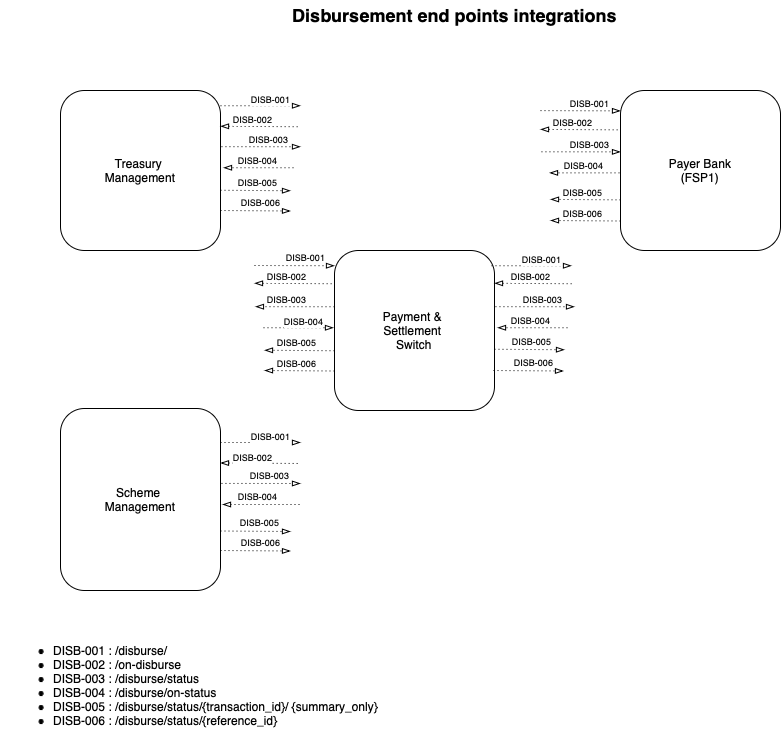
Before: docs/images/draw.io/interface-disb.drawio.png, a diagram exported from draw.io (G2P-Connect/specs). Source tidied: cells renumbered, new cells last; positions are measured from the earlier drawing's top-left corner, leaving out a move shared by most shapes.
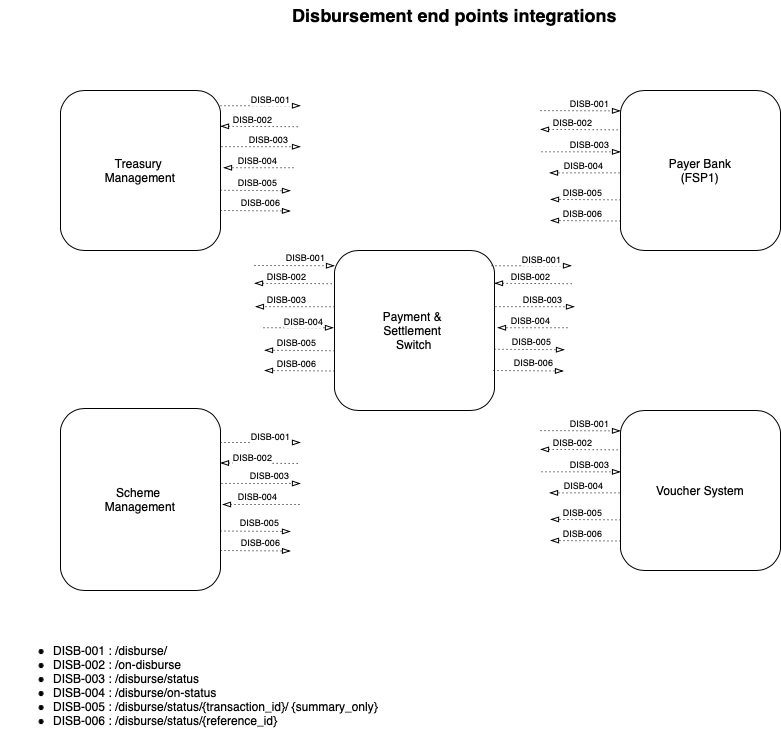
Above is the later version.

Commit message:
added voucher system

Change to the diagram source:
```diff
@@ -350,5 +350,74 @@
         <mxPoint x="11" y="-9" as="offset" />
       </mxGeometry>
     </mxCell>
+    <mxCell id="68" value="Voucher System" style="rounded=1;whiteSpace=wrap;html=1;" parent="1" vertex="1">
+      <mxGeometry x="620" y="410" width="160" height="160" as="geometry" />
+    </mxCell>
+    <mxCell id="69" style="endArrow=blockThin;dashed=1;html=1;dashPattern=1 3;strokeWidth=1;rounded=0;endFill=0;" parent="1" edge="1">
+      <mxGeometry relative="1" as="geometry">
+        <mxPoint x="540" y="430.1" as="sourcePoint" />
+        <mxPoint x="620" y="430.4" as="targetPoint" />
+      </mxGeometry>
+    </mxCell>
+    <mxCell id="70" value="&lt;font style=&quot;font-size: 9px;&quot;&gt;DISB-001&lt;/font&gt;" style="edgeLabel;html=1;align=center;verticalAlign=middle;" parent="69" vertex="1">
+      <mxGeometry x="0.4" y="1" relative="1" as="geometry">
+        <mxPoint x="-8" y="-7" as="offset" />
+      </mxGeometry>
+    </mxCell>
+    <mxCell id="71" style="endArrow=blockThin;dashed=1;html=1;dashPattern=1 3;strokeWidth=1;rounded=0;endFill=0;exitX=1.006;exitY=0.415;exitDx=0;exitDy=0;exitPerimeter=0;" parent="1" edge="1">
+      <mxGeometry relative="1" as="geometry">
+        <mxPoint x="541" y="471.3" as="sourcePoint" />
+        <mxPoint x="620" y="471.4" as="targetPoint" />
+      </mxGeometry>
+    </mxCell>
+    <mxCell id="72" value="&lt;font style=&quot;font-size: 9px;&quot;&gt;DISB-003&lt;/font&gt;" style="edgeLabel;html=1;align=center;verticalAlign=middle;" parent="71" vertex="1">
+      <mxGeometry x="0.4" y="1" relative="1" as="geometry">
+        <mxPoint x="-7" y="-7" as="offset" />
+      </mxGeometry>
+    </mxCell>
+    <mxCell id="73" style="endArrow=none;dashed=1;html=1;dashPattern=1 3;strokeWidth=1;rounded=0;endFill=0;exitX=1;exitY=0.25;exitDx=0;exitDy=0;startArrow=blockThin;startFill=0;" parent="1" edge="1">
+      <mxGeometry relative="1" as="geometry">
+        <mxPoint x="540" y="448.9" as="sourcePoint" />
+        <mxPoint x="620" y="449.4" as="targetPoint" />
+      </mxGeometry>
+    </mxCell>
+    <mxCell id="74" value="&lt;font style=&quot;font-size: 9px;&quot;&gt;DISB-002&lt;/font&gt;" style="edgeLabel;html=1;align=center;verticalAlign=middle;" parent="73" vertex="1">
+      <mxGeometry x="0.4" y="1" relative="1" as="geometry">
+        <mxPoint x="-25" y="-7" as="offset" />
+      </mxGeometry>
+    </mxCell>
+    <mxCell id="75" style="endArrow=blockThin;dashed=1;html=1;dashPattern=1 3;strokeWidth=1;rounded=0;endFill=0;" parent="1" edge="1">
+      <mxGeometry relative="1" as="geometry">
+        <mxPoint x="619" y="492.4" as="sourcePoint" />
+        <mxPoint x="549" y="492.4" as="targetPoint" />
+      </mxGeometry>
+    </mxCell>
+    <mxCell id="76" value="&lt;font style=&quot;font-size: 9px;&quot;&gt;DISB-004&lt;/font&gt;" style="edgeLabel;html=1;align=center;verticalAlign=middle;" parent="75" vertex="1">
+      <mxGeometry x="0.4" y="1" relative="1" as="geometry">
+        <mxPoint x="12" y="-9" as="offset" />
+      </mxGeometry>
+    </mxCell>
+    <mxCell id="77" style="endArrow=blockThin;dashed=1;html=1;dashPattern=1 3;strokeWidth=1;rounded=0;endFill=0;exitX=1;exitY=0.75;exitDx=0;exitDy=0;" parent="1" edge="1">
+      <mxGeometry relative="1" as="geometry">
+        <mxPoint x="620" y="519.4" as="sourcePoint" />
+        <mxPoint x="550" y="518.9" as="targetPoint" />
+      </mxGeometry>
+    </mxCell>
+    <mxCell id="78" value="&lt;font style=&quot;font-size: 9px;&quot;&gt;DISB-005&lt;/font&gt;" style="edgeLabel;html=1;align=center;verticalAlign=middle;" parent="77" vertex="1">
+      <mxGeometry x="0.4" y="1" relative="1" as="geometry">
+        <mxPoint x="11" y="-9" as="offset" />
+      </mxGeometry>
+    </mxCell>
+    <mxCell id="79" style="endArrow=blockThin;dashed=1;html=1;dashPattern=1 3;strokeWidth=1;rounded=0;endFill=0;exitX=1;exitY=0.75;exitDx=0;exitDy=0;" parent="1" edge="1">
+      <mxGeometry relative="1" as="geometry">
+        <mxPoint x="620" y="540.5" as="sourcePoint" />
+        <mxPoint x="550" y="540" as="targetPoint" />
+      </mxGeometry>
+    </mxCell>
+    <mxCell id="80" value="&lt;font style=&quot;font-size: 9px;&quot;&gt;DISB-006&lt;/font&gt;" style="edgeLabel;html=1;align=center;verticalAlign=middle;" parent="79" vertex="1">
+      <mxGeometry x="0.4" y="1" relative="1" as="geometry">
+        <mxPoint x="11" y="-9" as="offset" />
+      </mxGeometry>
+    </mxCell>
   </root>
 </mxGraphModel>
```
